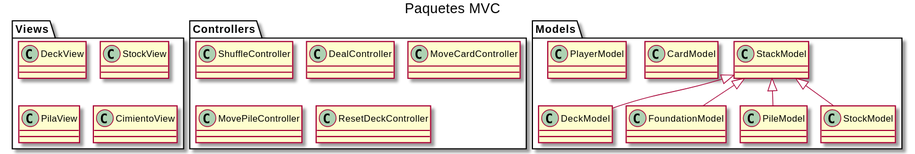
This is out/3 Diagramas de Analisis/arquitectura_paquetes_mvc/ArquitecturaMVC.svg from AngelOS95P/Maestria_IngSoftware_grupo6, a PlantUML export, as it was before one commit.
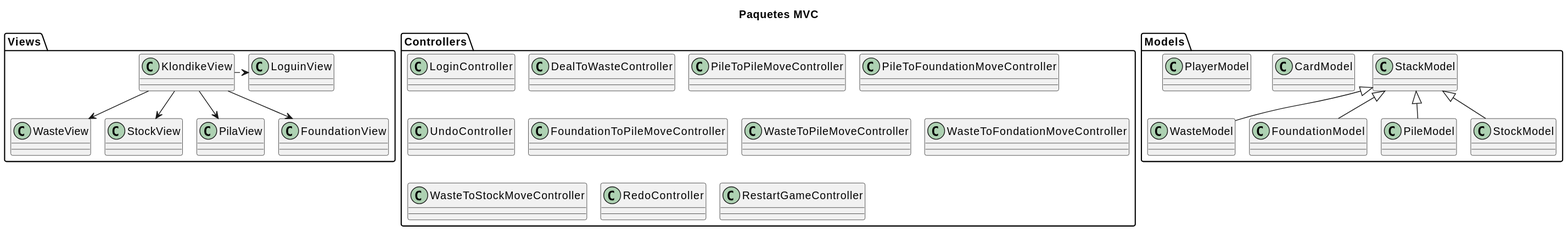
The same file after the commit.

Diff of the diagram source:
```diff
@@ -2,30 +2,46 @@
 !pragma layout smetana
 title Paquetes MVC
 top to bottom direction
+
 package Views {
-    class DeckView
+    class KlondikeView
+    class WasteView
     class StockView
     class PilaView
-    class CimientoView
+    class FoundationView
+    class LoguinView
+
+    KlondikeView O-down-> WasteView
+    KlondikeView O-down-> StockView
+    KlondikeView O-down-> PilaView
+    KlondikeView O-down-> FoundationView
+
+    KlondikeView .right.> LoguinView
+
 }
-top to bottom direction
+
 package Controllers {
-    class ShuffleController
-    class DealController
-    class MoveCardController
-    class MovePileController
-    class ResetDeckController
+    class LoginController
+    class DealToWasteController
+    class PileToPileMoveController
+    class PileToFoundationMoveController
+    class UndoController
+    class FoundationToPileMoveController
+    class WasteToPileMoveController
+    class WasteToFondationMoveController
+    class WasteToStockMoveController
+    class RedoController
+    class RestartGameController
 }
-top to bottom direction
 package Models {
     class StackModel
     class CardModel
     class PlayerModel
-    class DeckModel
+    class WasteModel
     class FoundationModel
     class PileModel
     class StockModel
-    StackModel <|-down- DeckModel
+    StackModel <|-down- WasteModel
     StackModel <|-down- FoundationModel
     StackModel <|-down- PileModel
     StackModel <|-down- StockModel
```
